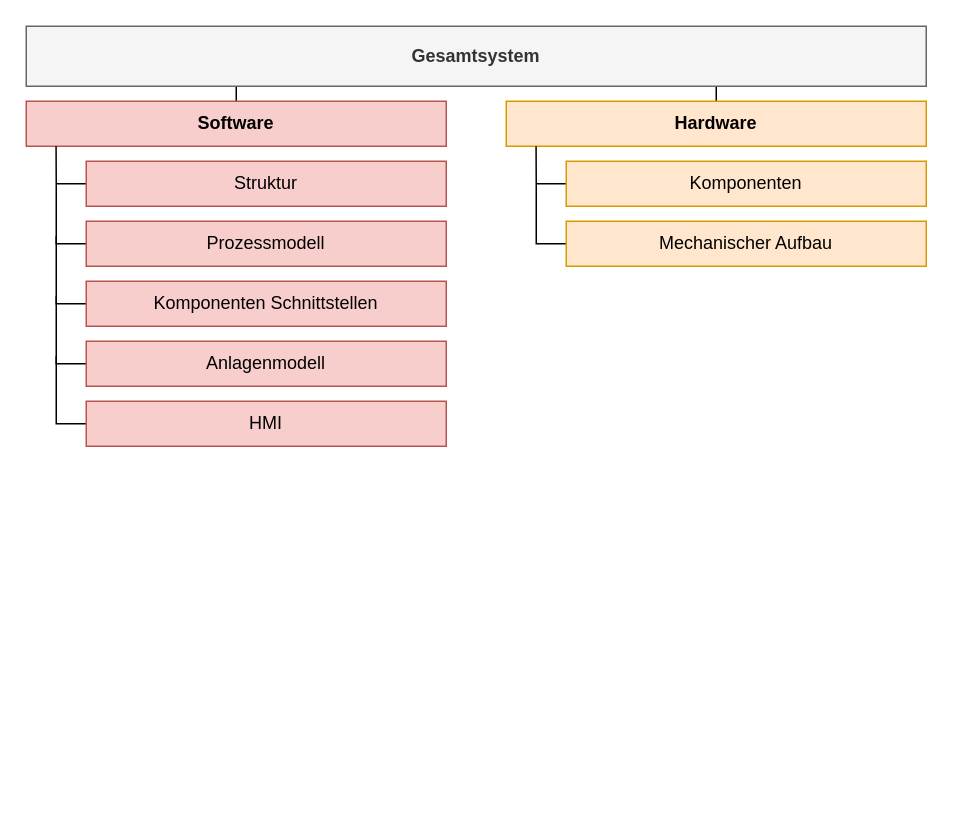
This is 03_Planung/01_Arbeitspakete/Arbeitspakete.drawio from MrZabalu/MasterThesis, a draw.io file, before an edit. Source tidied: cells renumbered, new cells numbered last; positions are measured from the earlier drawing's top-left corner, leaving out a move shared by most shapes. Both pictures are drawn from the tidied source at 150%, with x=0, y=0 at pixel (26, 26).
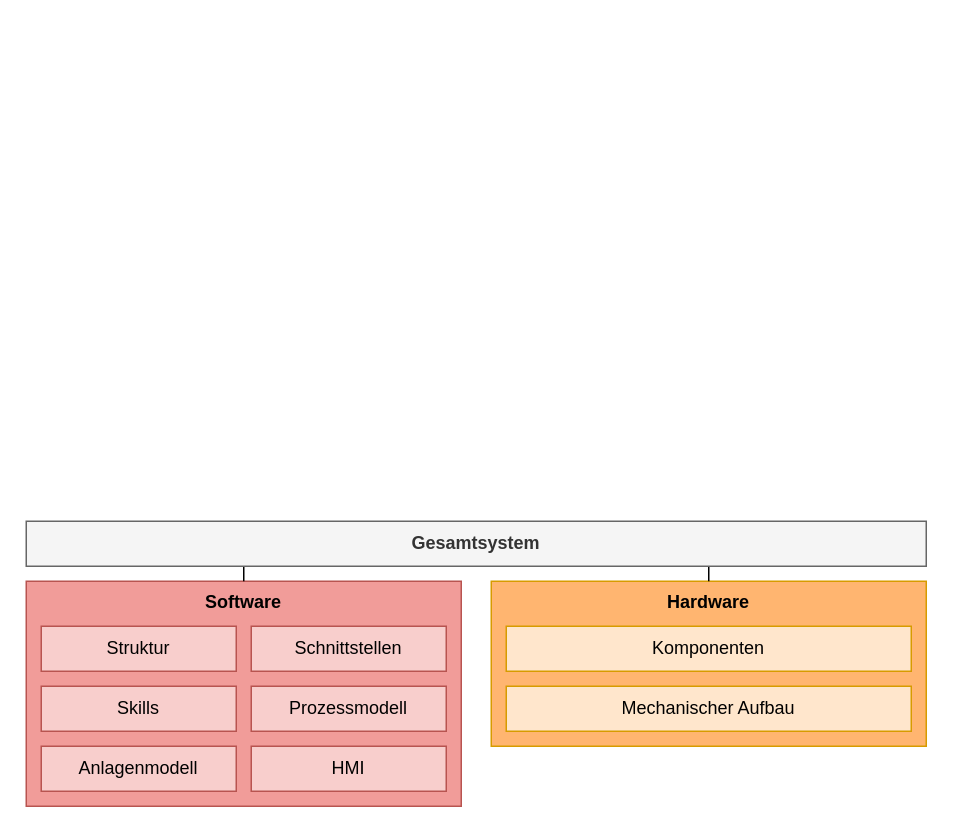
Above is the later version.

The edit, as a diff of the source:
```diff
@@
-    <mxCell id="2" style="edgeStyle=orthogonalEdgeStyle;rounded=0;jettySize=auto;html=1;endArrow=none;endFill=0;" parent="1" edge="1" source="3">
-      <mxGeometry relative="1" as="geometry">
-        <mxPoint x="140" y="50" as="targetPoint" />
-      </mxGeometry>
-    </mxCell>
-    <mxCell id="3" value="Software" style="rounded=0;whiteSpace=wrap;html=1;fillColor=#f8cecc;strokeColor=#b85450;fontStyle=1;" parent="1" vertex="1">
-      <mxGeometry y="50" width="280" height="30" as="geometry" />
+    <mxCell id="3" value="Software" style="rounded=0;whiteSpace=wrap;html=1;fillColor=#F19C99;strokeColor=#b85450;fontStyle=1;verticalAlign=top;" parent="1" vertex="1">
+      <mxGeometry y="370" width="290" height="150" as="geometry" />
     </mxCell>
-    <mxCell id="4" style="edgeStyle=orthogonalEdgeStyle;rounded=0;jettySize=auto;html=1;endArrow=none;endFill=0;" parent="1" edge="1" source="5">
-      <mxGeometry relative="1" as="geometry">
-        <mxPoint x="460" y="50" as="targetPoint" />
-      </mxGeometry>
-    </mxCell>
-    <mxCell id="5" value="Hardware" style="rounded=0;whiteSpace=wrap;html=1;fillColor=#ffe6cc;strokeColor=#d79b00;fontStyle=1;" parent="1" vertex="1">
-      <mxGeometry x="320" y="50" width="280" height="30" as="geometry" />
+    <mxCell id="5" value="Hardware" style="rounded=0;whiteSpace=wrap;html=1;fillColor=#FFB570;strokeColor=#d79b00;fontStyle=1;verticalAlign=top;" parent="1" vertex="1">
+      <mxGeometry x="310" y="370" width="290" height="110" as="geometry" />
     </mxCell>
-    <mxCell id="6" style="edgeStyle=orthogonalEdgeStyle;rounded=0;jettySize=auto;html=1;endArrow=none;endFill=0;" parent="1" edge="1" source="7">
-      <mxGeometry relative="1" as="geometry">
-        <mxPoint x="20" y="105" as="targetPoint" />
-      </mxGeometry>
-    </mxCell>
+    <mxCell id="17" value="Komponenten" style="rounded=0;whiteSpace=wrap;html=1;fillColor=#ffe6cc;strokeColor=#d79b00;" parent="1" vertex="1">
+      <mxGeometry x="320" y="400" width="270" height="30" as="geometry" />
+    </mxCell>
+    <mxCell id="19" value="Mechanischer Aufbau" style="rounded=0;whiteSpace=wrap;html=1;fillColor=#ffe6cc;strokeColor=#d79b00;" parent="1" vertex="1">
+      <mxGeometry x="320" y="440" width="270" height="30" as="geometry" />
+    </mxCell>
     <mxCell id="7" value="Struktur" style="rounded=0;whiteSpace=wrap;html=1;fillColor=#f8cecc;strokeColor=#b85450;" parent="1" vertex="1">
-      <mxGeometry x="40" y="90" width="240" height="30" as="geometry" />
+      <mxGeometry x="10" y="400" width="130" height="30" as="geometry" />
     </mxCell>
-    <mxCell id="8" style="edgeStyle=orthogonalEdgeStyle;rounded=0;jettySize=auto;html=1;endArrow=none;endFill=0;entryX=0.071;entryY=1;entryDx=0;entryDy=0;entryPerimeter=0;" parent="1" edge="1" source="9" target="3">
-      <mxGeometry relative="1" as="geometry">
-        <Array as="points">
-          <mxPoint x="20" y="145" />
-          <mxPoint x="20" y="105" />
-        </Array>
-      </mxGeometry>
-    </mxCell>
     <mxCell id="9" value="Prozessmodell" style="rounded=0;whiteSpace=wrap;html=1;fillColor=#f8cecc;strokeColor=#b85450;" parent="1" vertex="1">
-      <mxGeometry x="40" y="130" width="240" height="30" as="geometry" />
+      <mxGeometry x="150" y="440" width="130" height="30" as="geometry" />
     </mxCell>
-    <mxCell id="10" style="edgeStyle=orthogonalEdgeStyle;rounded=0;jettySize=auto;html=1;endArrow=none;endFill=0;" parent="1" edge="1" source="11">
-      <mxGeometry relative="1" as="geometry">
-        <mxPoint x="20" y="140" as="targetPoint" />
-      </mxGeometry>
-    </mxCell>
-    <mxCell id="11" value="Komponenten Schnittstellen" style="rounded=0;whiteSpace=wrap;html=1;fillColor=#f8cecc;strokeColor=#b85450;" parent="1" vertex="1">
-      <mxGeometry x="40" y="170" width="240" height="30" as="geometry" />
-    </mxCell>
-    <mxCell id="12" style="edgeStyle=orthogonalEdgeStyle;rounded=0;jettySize=auto;html=1;endArrow=none;endFill=0;" parent="1" edge="1" source="13">
-      <mxGeometry relative="1" as="geometry">
-        <mxPoint x="20" y="180" as="targetPoint" />
-      </mxGeometry>
-    </mxCell>
+    <mxCell id="21" value="Schnittstellen" style="rounded=0;whiteSpace=wrap;html=1;fillColor=#f8cecc;strokeColor=#b85450;" parent="1" vertex="1">
+      <mxGeometry x="150" y="400" width="130" height="30" as="geometry" />
+    </mxCell>
     <mxCell id="13" value="Anlagenmodell" style="rounded=0;whiteSpace=wrap;html=1;fillColor=#f8cecc;strokeColor=#b85450;" parent="1" vertex="1">
-      <mxGeometry x="40" y="210" width="240" height="30" as="geometry" />
+      <mxGeometry x="10" y="480" width="130" height="30" as="geometry" />
     </mxCell>
-    <mxCell id="14" style="edgeStyle=orthogonalEdgeStyle;rounded=0;jettySize=auto;html=1;endArrow=none;endFill=0;" parent="1" edge="1" source="15">
-      <mxGeometry relative="1" as="geometry">
-        <mxPoint x="20" y="220" as="targetPoint" />
-      </mxGeometry>
-    </mxCell>
     <mxCell id="15" value="HMI" style="rounded=0;whiteSpace=wrap;html=1;fillColor=#f8cecc;strokeColor=#b85450;" parent="1" vertex="1">
-      <mxGeometry x="40" y="250" width="240" height="30" as="geometry" />
+      <mxGeometry x="150" y="480" width="130" height="30" as="geometry" />
     </mxCell>
-    <mxCell id="16" style="edgeStyle=orthogonalEdgeStyle;rounded=0;jettySize=auto;html=1;endArrow=none;endFill=0;" parent="1" edge="1" source="17">
-      <mxGeometry relative="1" as="geometry">
-        <mxPoint x="340" y="105" as="targetPoint" />
-      </mxGeometry>
-    </mxCell>
-    <mxCell id="17" value="Komponenten" style="rounded=0;whiteSpace=wrap;html=1;fillColor=#ffe6cc;strokeColor=#d79b00;" parent="1" vertex="1">
-      <mxGeometry x="360" y="90" width="240" height="30" as="geometry" />
-    </mxCell>
-    <mxCell id="18" style="edgeStyle=orthogonalEdgeStyle;rounded=0;jettySize=auto;html=1;endArrow=none;endFill=0;entryX=0.071;entryY=1;entryDx=0;entryDy=0;entryPerimeter=0;" parent="1" edge="1" source="19" target="5">
-      <mxGeometry relative="1" as="geometry">
-        <Array as="points">
-          <mxPoint x="340" y="145" />
-          <mxPoint x="340" y="105" />
-        </Array>
-      </mxGeometry>
-    </mxCell>
-    <mxCell id="19" value="Mechanischer Aufbau" style="rounded=0;whiteSpace=wrap;html=1;fillColor=#ffe6cc;strokeColor=#d79b00;" parent="1" vertex="1">
-      <mxGeometry x="360" y="130" width="240" height="30" as="geometry" />
-    </mxCell>
+    <mxCell id="22" style="edgeStyle=orthogonalEdgeStyle;rounded=0;jettySize=auto;html=1;entryX=0.242;entryY=0.25;entryDx=0;entryDy=0;entryPerimeter=0;" parent="1" edge="1" source="3" target="20">
+      <mxGeometry relative="1" as="geometry" />
+    </mxCell>
+    <mxCell id="23" style="edgeStyle=orthogonalEdgeStyle;rounded=0;jettySize=auto;html=1;entryX=0.783;entryY=0.25;entryDx=0;entryDy=0;entryPerimeter=0;" parent="1" edge="1" source="5" target="20">
+      <mxGeometry relative="1" as="geometry" />
+    </mxCell>
     <mxCell id="20" value="Gesamtsystem" style="rounded=0;whiteSpace=wrap;html=1;fillColor=#f5f5f5;fontColor=#333333;strokeColor=#666666;fontStyle=1;" parent="1" vertex="1">
-      <mxGeometry width="600" height="40" as="geometry" />
+      <mxGeometry y="330" width="600" height="30" as="geometry" />
     </mxCell>
+    <mxCell id="24" value="Skills" style="rounded=0;whiteSpace=wrap;html=1;fillColor=#f8cecc;strokeColor=#b85450;" parent="1" vertex="1">
+      <mxGeometry x="10" y="440" width="130" height="30" as="geometry" />
+    </mxCell>
```
